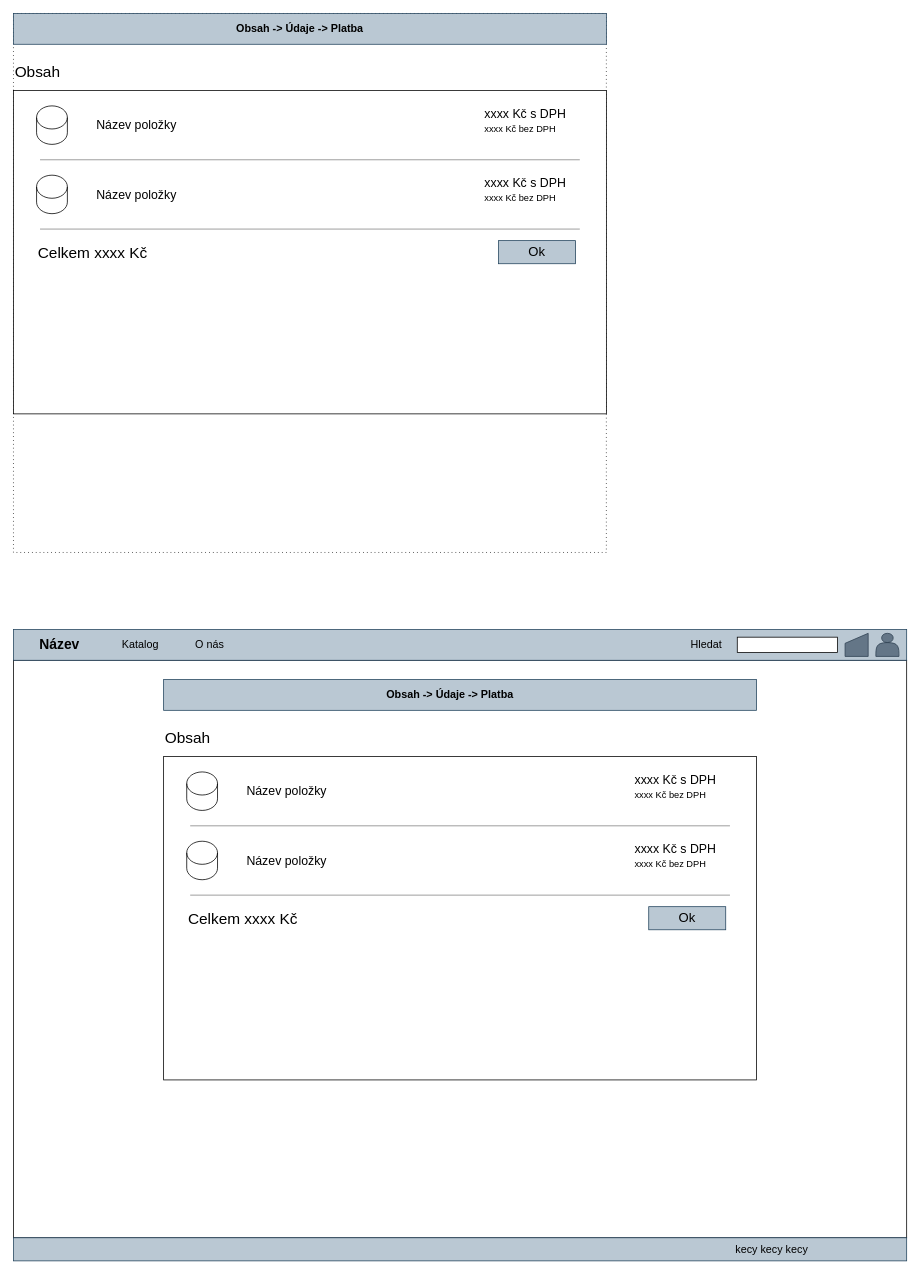
The draw.io diagram page "Košík - obsah" (5 of 7) of analyza.drawio in hroudaadam/Web-design-semestralni-projekt, before the edit. Source tidied: cells renumbered, new cells numbered last; positions are measured from the earlier drawing's top-left corner, leaving out a move shared by most shapes. Both pictures are drawn from the tidied source at 77%, with x=0, y=0 at pixel (13, 13).
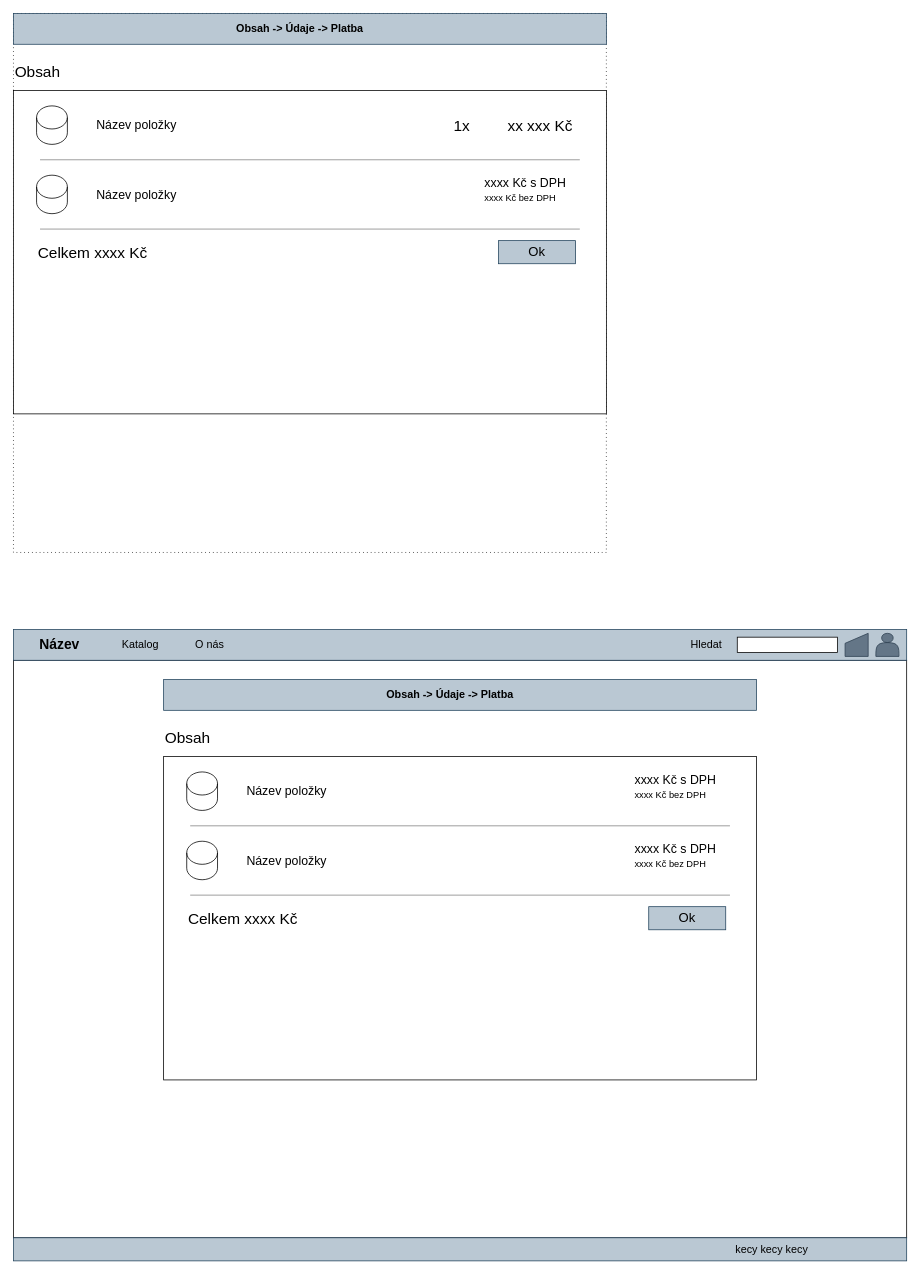
Above is the later version.

The edit, as a diff of the source:
```diff
@@
-    <mxCell id="9" value="xxxx Kč s DPH" style="text;html=1;strokeColor=none;fillColor=none;align=left;verticalAlign=middle;whiteSpace=wrap;rounded=0;fontSize=16;" parent="1" vertex="1">
-      <mxGeometry x="610" y="120" width="140" height="20" as="geometry" />
+    <mxCell id="9" value="xx xxx Kč" style="text;html=1;strokeColor=none;fillColor=none;align=left;verticalAlign=middle;whiteSpace=wrap;rounded=0;fontSize=20;" parent="1" vertex="1">
+      <mxGeometry x="640" y="135" width="105" height="20" as="geometry" />
     </mxCell>
-    <mxCell id="10" value="xxxx Kč bez DPH" style="text;html=1;strokeColor=none;fillColor=none;align=left;verticalAlign=middle;whiteSpace=wrap;rounded=0;fontSize=12;" parent="1" vertex="1">
-      <mxGeometry x="610" y="140" width="140" height="20" as="geometry" />
-    </mxCell>
@@
+    <mxCell id="47" value="1x" style="text;html=1;strokeColor=none;fillColor=none;align=left;verticalAlign=middle;whiteSpace=wrap;rounded=0;fontSize=20;" parent="1" vertex="1">
+      <mxGeometry x="570" y="135" width="52.5" height="20" as="geometry" />
+    </mxCell>
```
